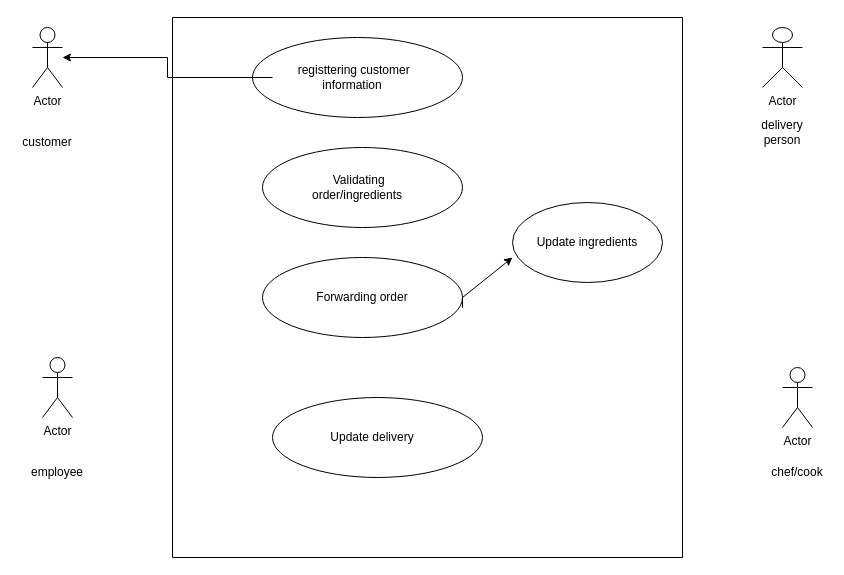
The draw.io diagram Untitled Diagram.drawio in ashra-dev/github, before the edit. Source tidied: cells renumbered, new cells numbered last; positions are measured from the earlier drawing's top-left corner, leaving out a move shared by most shapes. Both pictures are drawn from the tidied source at 100%, with x=0, y=0 at pixel (17, 17).
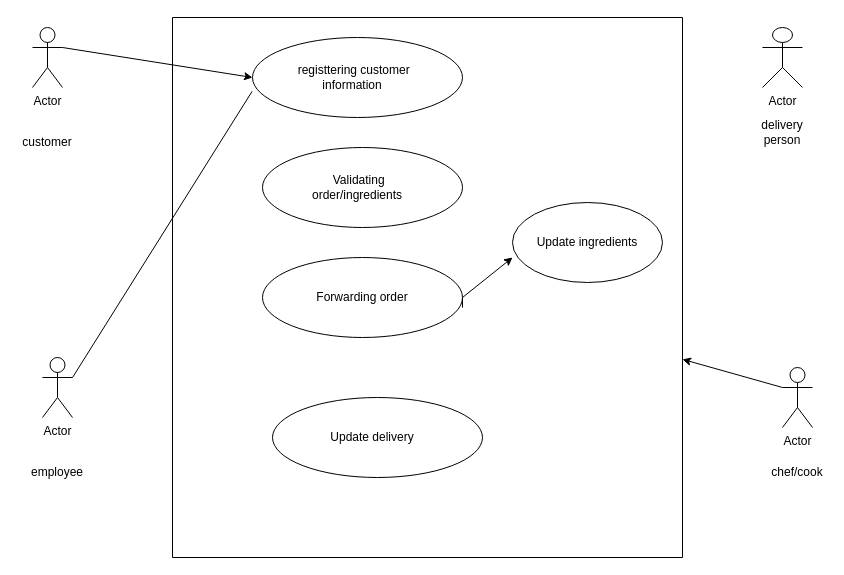
After the change.

Unchanged cells that the change refers to:
```xml
<mxCell id="2" style="swimlane;startSize=0;" parent="1" vertex="1">
  <mxGeometry x="155" width="510" height="540" as="geometry" />
</mxCell>
<mxCell id="3" style="ellipse;whiteSpace=wrap;html=1;" parent="2" vertex="1">
  <mxGeometry x="80" y="20" width="210" height="80" as="geometry" />
</mxCell>
<mxCell id="8" value="&amp;nbsp;registtering customer information" style="text;html=1;strokeColor=none;fillColor=none;align=center;verticalAlign=middle;whiteSpace=wrap;rounded=0;" parent="2" vertex="1">
  <mxGeometry x="100" y="45" width="160" height="30" as="geometry" />
</mxCell>
<mxCell id="14" value="Actor" style="shape=umlActor;verticalLabelPosition=bottom;verticalAlign=top;html=1;outlineConnect=0;" parent="1" vertex="1">
  <mxGeometry x="15" y="10" width="30" height="60" as="geometry" />
</mxCell>
<mxCell id="16" value="Actor" style="shape=umlActor;verticalLabelPosition=bottom;verticalAlign=top;html=1;outlineConnect=0;" parent="1" vertex="1">
  <mxGeometry x="25" y="340" width="30" height="60" as="geometry" />
</mxCell>
<mxCell id="17" value="Actor" style="shape=umlActor;verticalLabelPosition=bottom;verticalAlign=top;html=1;outlineConnect=0;" parent="1" vertex="1">
  <mxGeometry x="765" y="350" width="30" height="60" as="geometry" />
</mxCell>
```

The edit, as a diff of the source:
```diff
@@
-    <mxCell id="21" style="edgeStyle=orthogonalEdgeStyle;rounded=0;jettySize=auto;html=1;" parent="1" edge="1" source="8" target="14">
-      <mxGeometry relative="1" as="geometry" />
-    </mxCell>
@@
+    <mxCell id="23" style="endArrow=classic;html=1;rounded=0;exitX=1;exitY=0.3333333333333333;exitDx=0;exitDy=0;exitPerimeter=0;entryX=0;entryY=0.5;entryDx=0;entryDy=0;" parent="1" edge="1" source="14" target="3">
+      <mxGeometry relative="1" as="geometry" />
+    </mxCell>
+    <mxCell id="24" style="endArrow=none;html=1;rounded=0;exitX=1;exitY=0.3333333333333333;exitDx=0;exitDy=0;exitPerimeter=0;entryX=-0.002;entryY=0.674;entryDx=0;entryDy=0;entryPerimeter=0;" parent="1" edge="1" source="16" target="3">
+      <mxGeometry relative="1" as="geometry" />
+    </mxCell>
+    <mxCell id="25" style="endArrow=classic;html=1;rounded=0;exitX=0;exitY=0.3333333333333333;exitDx=0;exitDy=0;exitPerimeter=0;" parent="1" edge="1" source="17" target="2">
+      <mxGeometry relative="1" as="geometry" />
+    </mxCell>
```
